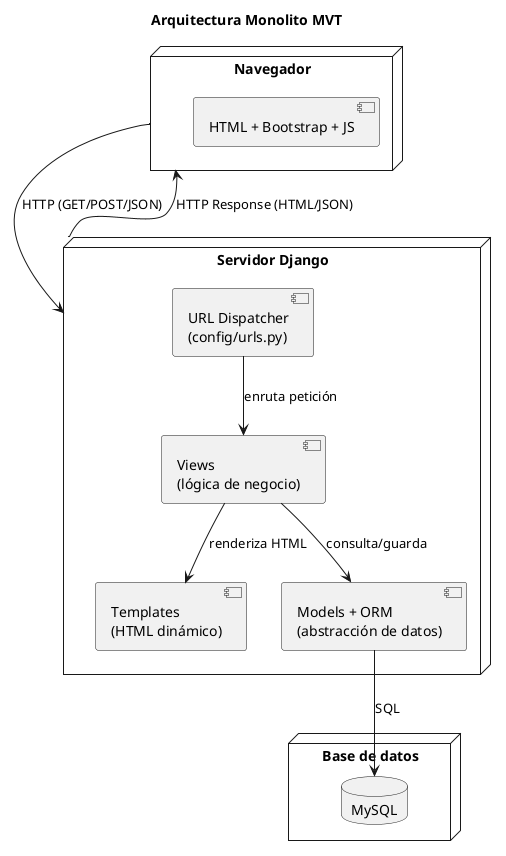
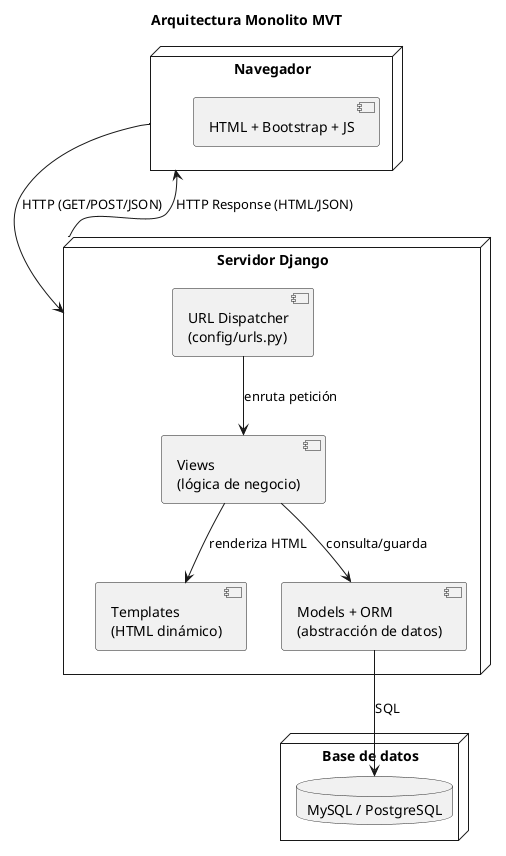
@startuml 03-despliegue
title Arquitectura Monolito MVT

node "Navegador" as Browser {
  component "HTML + Bootstrap + JS" as Frontend
}

node "Servidor Django" as Server {
  component "URL Dispatcher\n(config/urls.py)" as URLs
  component "Views\n(lógica de negocio)" as Views
  component "Templates\n(HTML dinámico)" as Templates
  component "Models + ORM\n(abstracción de datos)" as Models
}

- node "Base de datos" as DB {
-   database "MySQL" as MySQL
+ node "Base de datos" as DBNode {
+   database "MySQL / PostgreSQL" as DB
}

Browser --> Server : HTTP (GET/POST/JSON)
Server --> Browser : HTTP Response (HTML/JSON)
URLs --> Views : enruta petición
Views --> Models : consulta/guarda
Views --> Templates : renderiza HTML
- Models --> MySQL : SQL
+ Models --> DB : SQL
@enduml
